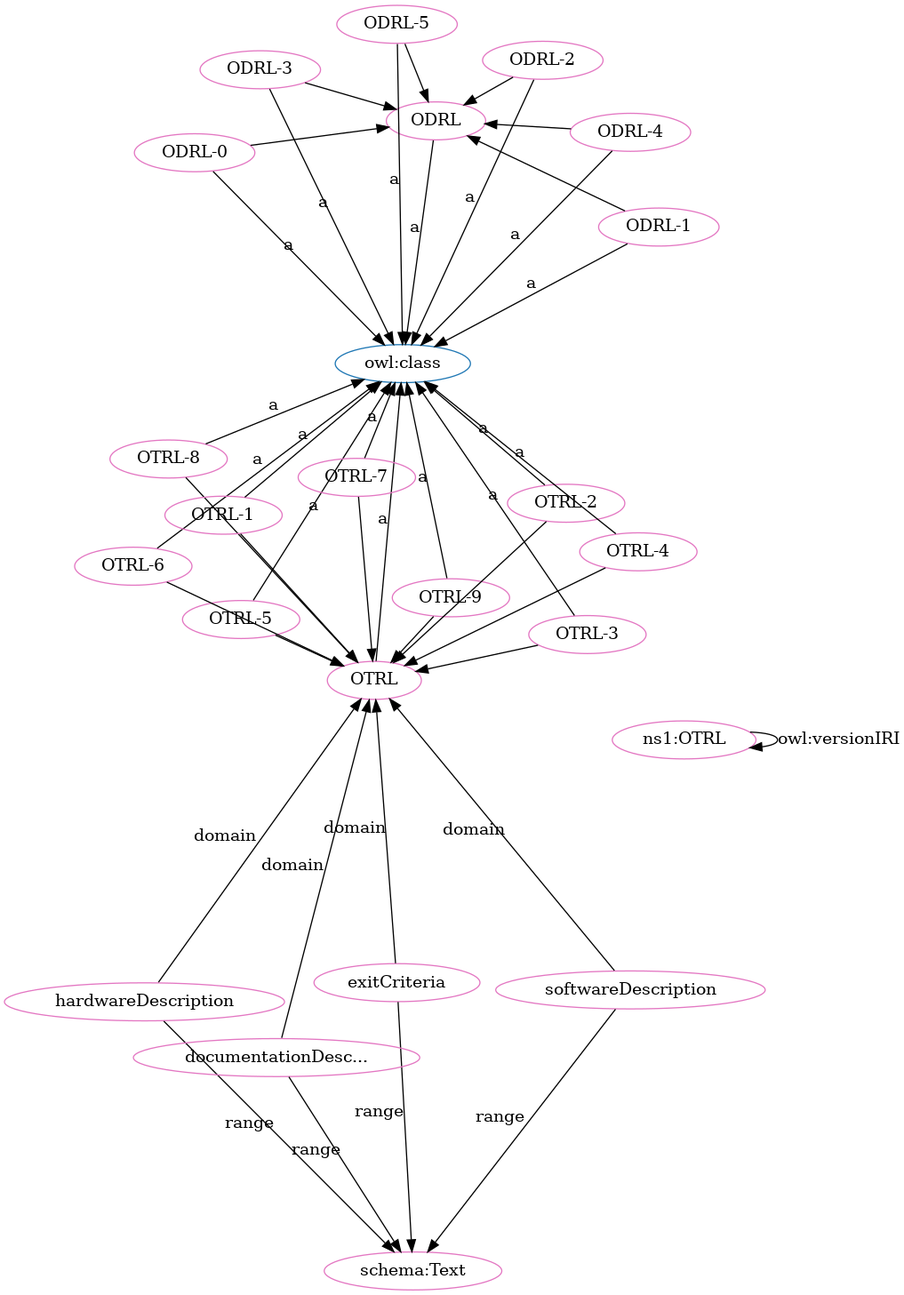
Earlier version of the Graphviz export OTRL-clean.png (OPEN-NEXT/OKH-LOSH). Its source is kept beside it as OTRL-clean.dot.
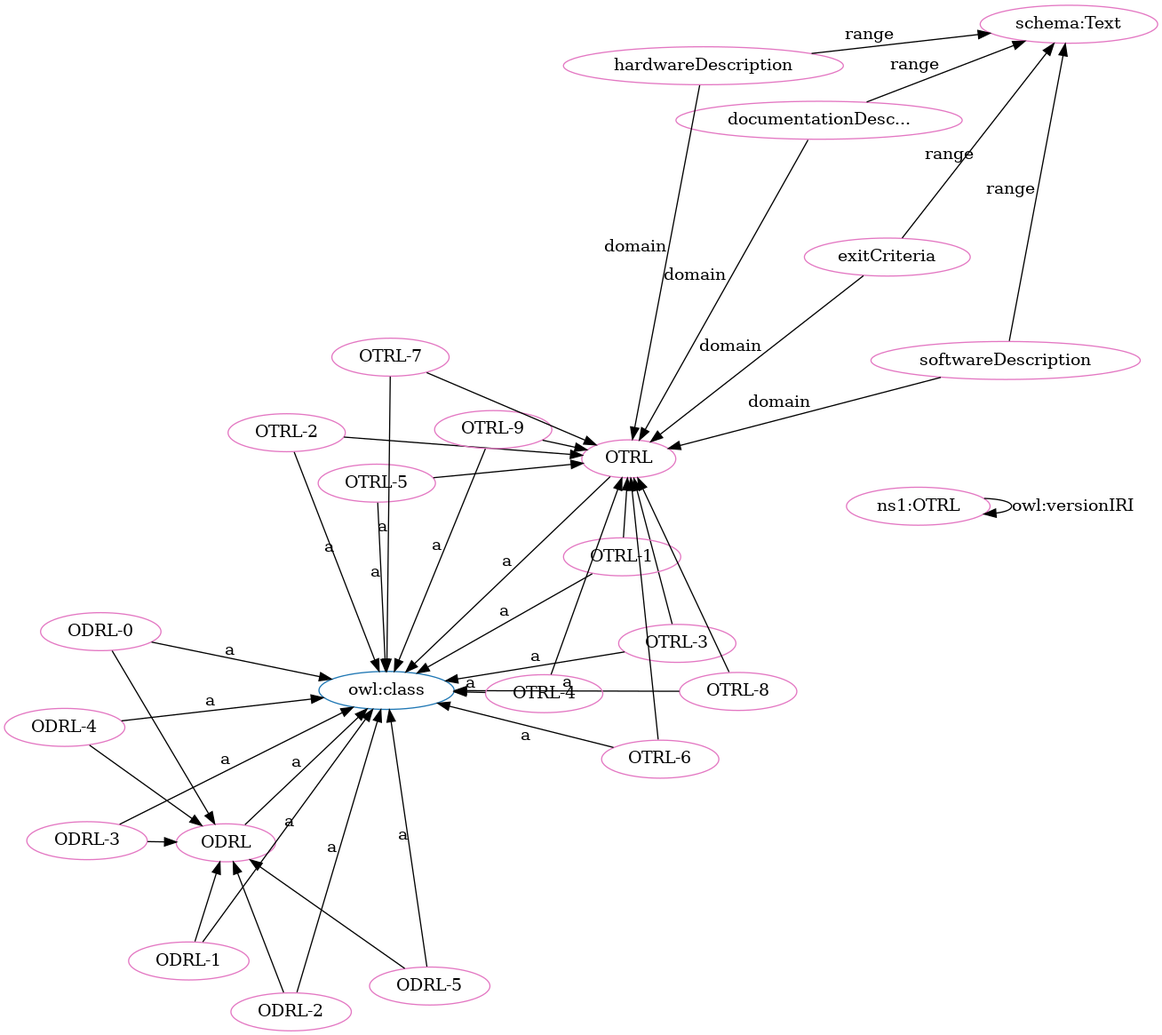
The same file after the commit.

The edit, as a diff of the source:
```diff
@@ -4,68 +4,68 @@
 "http://purl.org/oseg/ontologies/OTRL#ODRL" [fillcolor="#1f77b4" color="#1f77b4" label="ODRL"]
 "http://purl.org/oseg/ontologies/OTRL#OTRL" [fillcolor="#1f77b4" color="#1f77b4" label="OTRL"]
 "http://www.w3.org/2002/07/owl#class" [fillcolor="#1f77b4" color="#1f77b4" label="owl:class"]
+"http://purl.org/oseg/ontologies/OTRL#OTRL" [fillcolor="#e377c2" color="#e377c2" label="OTRL"]
+"http://purl.org/oseg/ontologies/OTRL#OTRL-2" [fillcolor="#e377c2" color="#e377c2" label="OTRL-2"]
+"http://purl.org/oseg/ontologies/OTRL#OTRL-5" [fillcolor="#e377c2" color="#e377c2" label="OTRL-5"]
 "http://purl.org/oseg/ontologies/OTRL#ODRL" [fillcolor="#e377c2" color="#e377c2" label="ODRL"]
-"http://purl.org/oseg/ontologies/OTRL#OTRL-5" [fillcolor="#e377c2" color="#e377c2" label="OTRL-5"]
 "http://purl.org/oseg/ontologies/OTRL#OTRL-9" [fillcolor="#e377c2" color="#e377c2" label="OTRL-9"]
+"http://purl.org/oseg/ontologies/OTRL#OTRL-3" [fillcolor="#e377c2" color="#e377c2" label="OTRL-3"]
+"http://purl.org/oseg/ontologies/OTRL#documentationDescription" [fillcolor="#e377c2" color="#e377c2" label="documentationDesc..."]
+"http://purl.org/oseg/ontologies/OTRL#ODRL-5" [fillcolor="#e377c2" color="#e377c2" label="ODRL-5"]
+"http://purl.org/oseg/ontologies/OTRL#ODRL-1" [fillcolor="#e377c2" color="#e377c2" label="ODRL-1"]
+"http://purl.org/oseg/ontologies/OTRL#exitCriteria" [fillcolor="#e377c2" color="#e377c2" label="exitCriteria"]
+"http://purl.org/oseg/ontologies/OTRL#softwareDescription" [fillcolor="#e377c2" color="#e377c2" label="softwareDescription"]
+"http://purl.org/oseg/ontologies/OTRL#OTRL-1" [fillcolor="#e377c2" color="#e377c2" label="OTRL-1"]
+"http://purl.org/oseg/ontologies/OTRL#OTRL-6" [fillcolor="#e377c2" color="#e377c2" label="OTRL-6"]
 "http://schema.org/Text" [fillcolor="#e377c2" color="#e377c2" label="schema:Text"]
+"http://purl.org/oseg/ontologies/OTRL#ODRL-4" [fillcolor="#e377c2" color="#e377c2" label="ODRL-4"]
+"http://purl.org/oseg/ontologies/OTRL" [fillcolor="#e377c2" color="#e377c2" label="ns1:OTRL"]
+"http://purl.org/oseg/ontologies/OTRL#OTRL-8" [fillcolor="#e377c2" color="#e377c2" label="OTRL-8"]
+"http://purl.org/oseg/ontologies/OTRL#OTRL-7" [fillcolor="#e377c2" color="#e377c2" label="OTRL-7"]
+"http://purl.org/oseg/ontologies/OTRL#ODRL-0" [fillcolor="#e377c2" color="#e377c2" label="ODRL-0"]
 "http://purl.org/oseg/ontologies/OTRL#hardwareDescription" [fillcolor="#e377c2" color="#e377c2" label="hardwareDescription"]
-"http://purl.org/oseg/ontologies/OTRL#OTRL" [fillcolor="#e377c2" color="#e377c2" label="OTRL"]
-"http://purl.org/oseg/ontologies/OTRL#OTRL-7" [fillcolor="#e377c2" color="#e377c2" label="OTRL-7"]
-"http://purl.org/oseg/ontologies/OTRL#OTRL-6" [fillcolor="#e377c2" color="#e377c2" label="OTRL-6"]
-"http://purl.org/oseg/ontologies/OTRL#softwareDescription" [fillcolor="#e377c2" color="#e377c2" label="softwareDescription"]
-"http://purl.org/oseg/ontologies/OTRL#OTRL-3" [fillcolor="#e377c2" color="#e377c2" label="OTRL-3"]
-"http://purl.org/oseg/ontologies/OTRL#exitCriteria" [fillcolor="#e377c2" color="#e377c2" label="exitCriteria"]
-"http://purl.org/oseg/ontologies/OTRL" [fillcolor="#e377c2" color="#e377c2" label="ns1:OTRL"]
-"http://purl.org/oseg/ontologies/OTRL#OTRL-2" [fillcolor="#e377c2" color="#e377c2" label="OTRL-2"]
-"http://purl.org/oseg/ontologies/OTRL#ODRL-1" [fillcolor="#e377c2" color="#e377c2" label="ODRL-1"]
 "http://purl.org/oseg/ontologies/OTRL#ODRL-2" [fillcolor="#e377c2" color="#e377c2" label="ODRL-2"]
-"http://purl.org/oseg/ontologies/OTRL#OTRL-8" [fillcolor="#e377c2" color="#e377c2" label="OTRL-8"]
+"http://purl.org/oseg/ontologies/OTRL#ODRL-3" [fillcolor="#e377c2" color="#e377c2" label="ODRL-3"]
 "http://purl.org/oseg/ontologies/OTRL#OTRL-4" [fillcolor="#e377c2" color="#e377c2" label="OTRL-4"]
-"http://purl.org/oseg/ontologies/OTRL#OTRL-1" [fillcolor="#e377c2" color="#e377c2" label="OTRL-1"]
-"http://purl.org/oseg/ontologies/OTRL#ODRL-0" [fillcolor="#e377c2" color="#e377c2" label="ODRL-0"]
-"http://purl.org/oseg/ontologies/OTRL#ODRL-5" [fillcolor="#e377c2" color="#e377c2" label="ODRL-5"]
-"http://purl.org/oseg/ontologies/OTRL#documentationDescription" [fillcolor="#e377c2" color="#e377c2" label="documentationDesc..."]
-"http://purl.org/oseg/ontologies/OTRL#ODRL-3" [fillcolor="#e377c2" color="#e377c2" label="ODRL-3"]
-"http://purl.org/oseg/ontologies/OTRL#ODRL-4" [fillcolor="#e377c2" color="#e377c2" label="ODRL-4"]
+  "http://purl.org/oseg/ontologies/OTRL#ODRL-4" -> "http://purl.org/oseg/ontologies/OTRL#ODRL" [label=""]
+  "http://purl.org/oseg/ontologies/OTRL#OTRL-4" -> "http://purl.org/oseg/ontologies/OTRL#OTRL" [label=""]
+  "http://purl.org/oseg/ontologies/OTRL#OTRL-5" -> "http://purl.org/oseg/ontologies/OTRL#OTRL" [label=""]
   "http://purl.org/oseg/ontologies/OTRL#OTRL-9" -> "http://www.w3.org/2002/07/owl#class" [label="a"]
+  "http://purl.org/oseg/ontologies/OTRL#ODRL-0" -> "http://purl.org/oseg/ontologies/OTRL#ODRL" [label=""]
+  "http://purl.org/oseg/ontologies/OTRL#OTRL-2" -> "http://purl.org/oseg/ontologies/OTRL#OTRL" [label=""]
+  "http://purl.org/oseg/ontologies/OTRL#OTRL-3" -> "http://www.w3.org/2002/07/owl#class" [label="a"]
+  "http://purl.org/oseg/ontologies/OTRL#OTRL-9" -> "http://purl.org/oseg/ontologies/OTRL#OTRL" [label=""]
+  "http://purl.org/oseg/ontologies/OTRL#OTRL-8" -> "http://purl.org/oseg/ontologies/OTRL#OTRL" [label=""]
+  "http://purl.org/oseg/ontologies/OTRL#ODRL-5" -> "http://www.w3.org/2002/07/owl#class" [label="a"]
+  "http://purl.org/oseg/ontologies/OTRL#ODRL-1" -> "http://www.w3.org/2002/07/owl#class" [label="a"]
+  "http://purl.org/oseg/ontologies/OTRL#ODRL-3" -> "http://purl.org/oseg/ontologies/OTRL#ODRL" [label=""]
+  "http://purl.org/oseg/ontologies/OTRL#OTRL-6" -> "http://www.w3.org/2002/07/owl#class" [label="a"]
+  "http://purl.org/oseg/ontologies/OTRL#exitCriteria" -> "http://schema.org/Text" [label="range"]
+  "http://purl.org/oseg/ontologies/OTRL#softwareDescription" -> "http://purl.org/oseg/ontologies/OTRL#OTRL" [label="domain"]
+  "http://purl.org/oseg/ontologies/OTRL#ODRL-4" -> "http://www.w3.org/2002/07/owl#class" [label="a"]
+  "http://purl.org/oseg/ontologies/OTRL#OTRL-7" -> "http://www.w3.org/2002/07/owl#class" [label="a"]
+  "http://purl.org/oseg/ontologies/OTRL#ODRL-0" -> "http://www.w3.org/2002/07/owl#class" [label="a"]
+  "http://purl.org/oseg/ontologies/OTRL#ODRL-2" -> "http://www.w3.org/2002/07/owl#class" [label="a"]
+  "http://purl.org/oseg/ontologies/OTRL#ODRL-3" -> "http://www.w3.org/2002/07/owl#class" [label="a"]
+  "http://purl.org/oseg/ontologies/OTRL#OTRL-4" -> "http://www.w3.org/2002/07/owl#class" [label="a"]
+  "http://purl.org/oseg/ontologies/OTRL#hardwareDescription" -> "http://purl.org/oseg/ontologies/OTRL#OTRL" [label="domain"]
+  "http://purl.org/oseg/ontologies/OTRL#OTRL-2" -> "http://www.w3.org/2002/07/owl#class" [label="a"]
+  "http://purl.org/oseg/ontologies/OTRL#OTRL-5" -> "http://www.w3.org/2002/07/owl#class" [label="a"]
+  "http://purl.org/oseg/ontologies/OTRL#OTRL-1" -> "http://purl.org/oseg/ontologies/OTRL#OTRL" [label=""]
+  "http://purl.org/oseg/ontologies/OTRL#OTRL-6" -> "http://purl.org/oseg/ontologies/OTRL#OTRL" [label=""]
+  "http://purl.org/oseg/ontologies/OTRL#ODRL-1" -> "http://purl.org/oseg/ontologies/OTRL#ODRL" [label=""]
+  "http://purl.org/oseg/ontologies/OTRL#OTRL-3" -> "http://purl.org/oseg/ontologies/OTRL#OTRL" [label=""]
+  "http://purl.org/oseg/ontologies/OTRL#OTRL-1" -> "http://www.w3.org/2002/07/owl#class" [label="a"]
   "http://purl.org/oseg/ontologies/OTRL#softwareDescription" -> "http://schema.org/Text" [label="range"]
+  "http://purl.org/oseg/ontologies/OTRL#OTRL-8" -> "http://www.w3.org/2002/07/owl#class" [label="a"]
+  "http://purl.org/oseg/ontologies/OTRL#ODRL-5" -> "http://purl.org/oseg/ontologies/OTRL#ODRL" [label=""]
+  "http://purl.org/oseg/ontologies/OTRL#exitCriteria" -> "http://purl.org/oseg/ontologies/OTRL#OTRL" [label="domain"]
+  "http://purl.org/oseg/ontologies/OTRL#ODRL-2" -> "http://purl.org/oseg/ontologies/OTRL#ODRL" [label=""]
+  "http://purl.org/oseg/ontologies/OTRL#OTRL-7" -> "http://purl.org/oseg/ontologies/OTRL#OTRL" [label=""]
   "http://purl.org/oseg/ontologies/OTRL#OTRL" -> "http://www.w3.org/2002/07/owl#class" [label="a"]
+  "http://purl.org/oseg/ontologies/OTRL#ODRL" -> "http://www.w3.org/2002/07/owl#class" [label="a"]
   "http://purl.org/oseg/ontologies/OTRL#documentationDescription" -> "http://schema.org/Text" [label="range"]
-  "http://purl.org/oseg/ontologies/OTRL#OTRL-8" -> "http://purl.org/oseg/ontologies/OTRL#OTRL" [label=""]
-  "http://purl.org/oseg/ontologies/OTRL#OTRL-3" -> "http://purl.org/oseg/ontologies/OTRL#OTRL" [label=""]
-  "http://purl.org/oseg/ontologies/OTRL#OTRL-3" -> "http://www.w3.org/2002/07/owl#class" [label="a"]
-  "http://purl.org/oseg/ontologies/OTRL#ODRL-0" -> "http://purl.org/oseg/ontologies/OTRL#ODRL" [label=""]
-  "http://purl.org/oseg/ontologies/OTRL#ODRL-2" -> "http://purl.org/oseg/ontologies/OTRL#ODRL" [label=""]
-  "http://purl.org/oseg/ontologies/OTRL#OTRL-2" -> "http://www.w3.org/2002/07/owl#class" [label="a"]
-  "http://purl.org/oseg/ontologies/OTRL#OTRL-9" -> "http://purl.org/oseg/ontologies/OTRL#OTRL" [label=""]
-  "http://purl.org/oseg/ontologies/OTRL#ODRL-2" -> "http://www.w3.org/2002/07/owl#class" [label="a"]
-  "http://purl.org/oseg/ontologies/OTRL#OTRL-2" -> "http://purl.org/oseg/ontologies/OTRL#OTRL" [label=""]
+  "http://purl.org/oseg/ontologies/OTRL#documentationDescription" -> "http://purl.org/oseg/ontologies/OTRL#OTRL" [label="domain"]
+  "http://purl.org/oseg/ontologies/OTRL#hardwareDescription" -> "http://schema.org/Text" [label="range"]
   "http://purl.org/oseg/ontologies/OTRL" -> "http://purl.org/oseg/ontologies/OTRL" [label="owl:versionIRI"]
-  "http://purl.org/oseg/ontologies/OTRL#OTRL-1" -> "http://www.w3.org/2002/07/owl#class" [label="a"]
-  "http://purl.org/oseg/ontologies/OTRL#ODRL-0" -> "http://www.w3.org/2002/07/owl#class" [label="a"]
-  "http://purl.org/oseg/ontologies/OTRL#ODRL-5" -> "http://www.w3.org/2002/07/owl#class" [label="a"]
-  "http://purl.org/oseg/ontologies/OTRL#hardwareDescription" -> "http://schema.org/Text" [label="range"]
-  "http://purl.org/oseg/ontologies/OTRL#ODRL-3" -> "http://www.w3.org/2002/07/owl#class" [label="a"]
-  "http://purl.org/oseg/ontologies/OTRL#hardwareDescription" -> "http://purl.org/oseg/ontologies/OTRL#OTRL" [label="domain"]
-  "http://purl.org/oseg/ontologies/OTRL#ODRL-4" -> "http://www.w3.org/2002/07/owl#class" [label="a"]
-  "http://purl.org/oseg/ontologies/OTRL#ODRL-5" -> "http://purl.org/oseg/ontologies/OTRL#ODRL" [label=""]
-  "http://purl.org/oseg/ontologies/OTRL#OTRL-5" -> "http://www.w3.org/2002/07/owl#class" [label="a"]
-  "http://purl.org/oseg/ontologies/OTRL#exitCriteria" -> "http://schema.org/Text" [label="range"]
-  "http://purl.org/oseg/ontologies/OTRL#ODRL-3" -> "http://purl.org/oseg/ontologies/OTRL#ODRL" [label=""]
-  "http://purl.org/oseg/ontologies/OTRL#OTRL-7" -> "http://purl.org/oseg/ontologies/OTRL#OTRL" [label=""]
-  "http://purl.org/oseg/ontologies/OTRL#OTRL-7" -> "http://www.w3.org/2002/07/owl#class" [label="a"]
-  "http://purl.org/oseg/ontologies/OTRL#ODRL-1" -> "http://purl.org/oseg/ontologies/OTRL#ODRL" [label=""]
-  "http://purl.org/oseg/ontologies/OTRL#OTRL-6" -> "http://www.w3.org/2002/07/owl#class" [label="a"]
-  "http://purl.org/oseg/ontologies/OTRL#OTRL-1" -> "http://purl.org/oseg/ontologies/OTRL#OTRL" [label=""]
-  "http://purl.org/oseg/ontologies/OTRL#softwareDescription" -> "http://purl.org/oseg/ontologies/OTRL#OTRL" [label="domain"]
-  "http://purl.org/oseg/ontologies/OTRL#ODRL-1" -> "http://www.w3.org/2002/07/owl#class" [label="a"]
-  "http://purl.org/oseg/ontologies/OTRL#OTRL-8" -> "http://www.w3.org/2002/07/owl#class" [label="a"]
-  "http://purl.org/oseg/ontologies/OTRL#OTRL-5" -> "http://purl.org/oseg/ontologies/OTRL#OTRL" [label=""]
-  "http://purl.org/oseg/ontologies/OTRL#documentationDescription" -> "http://purl.org/oseg/ontologies/OTRL#OTRL" [label="domain"]
-  "http://purl.org/oseg/ontologies/OTRL#OTRL-4" -> "http://purl.org/oseg/ontologies/OTRL#OTRL" [label=""]
-  "http://purl.org/oseg/ontologies/OTRL#OTRL-4" -> "http://www.w3.org/2002/07/owl#class" [label="a"]
-  "http://purl.org/oseg/ontologies/OTRL#ODRL-4" -> "http://purl.org/oseg/ontologies/OTRL#ODRL" [label=""]
-  "http://purl.org/oseg/ontologies/OTRL#exitCriteria" -> "http://purl.org/oseg/ontologies/OTRL#OTRL" [label="domain"]
-  "http://purl.org/oseg/ontologies/OTRL#ODRL" -> "http://www.w3.org/2002/07/owl#class" [label="a"]
-  "http://purl.org/oseg/ontologies/OTRL#OTRL-6" -> "http://purl.org/oseg/ontologies/OTRL#OTRL" [label=""]
 }
```
